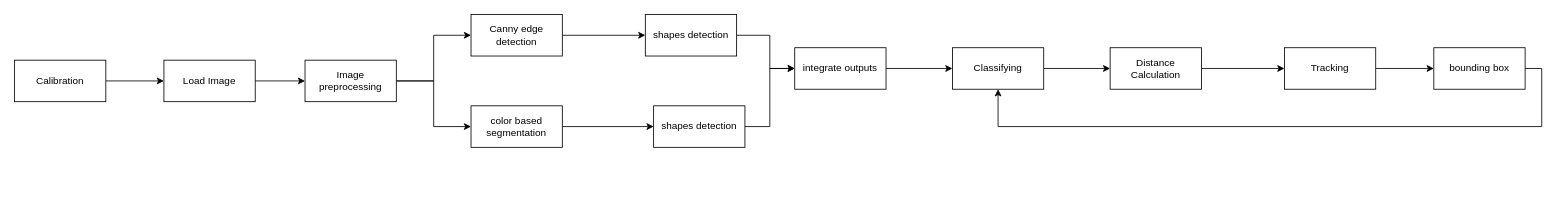
This is sistemaVC.drawio from merygon/Vision-por-Ordenador, a draw.io file, before an edit. Source tidied: cells renumbered, new cells numbered last; positions are measured from the earlier drawing's top-left corner, leaving out a move shared by most shapes. Both pictures are drawn from the tidied source at 83%, with x=0, y=0 at pixel (14, 14).
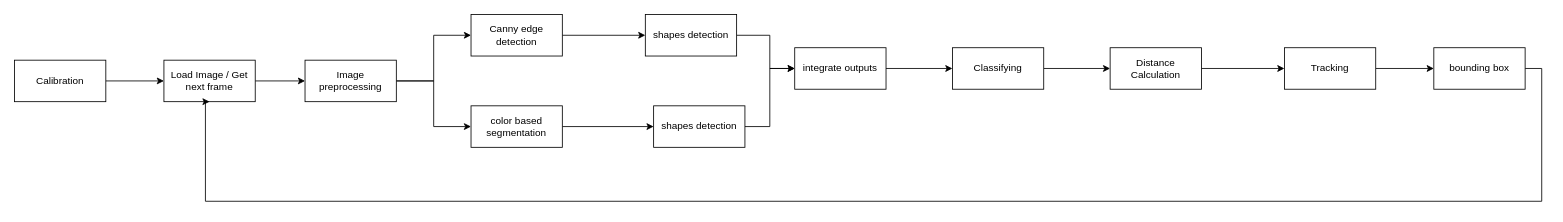
Above is the later version.

The change refers to these unchanged cells:
```xml
<mxCell id="5" value="Classifying" style="html=1;whiteSpace=wrap;" parent="1" vertex="1">
  <mxGeometry x="1130" y="40" width="110" height="50" as="geometry" />
</mxCell>
<mxCell id="11" value="bounding box" style="html=1;whiteSpace=wrap;" parent="1" vertex="1">
  <mxGeometry x="1710" y="40" width="110" height="50" as="geometry" />
</mxCell>
```

Change to the diagram source:
```diff
@@
-    <mxCell id="9" value="Load Image" style="html=1;whiteSpace=wrap;" parent="1" vertex="1">
+    <mxCell id="9" value="Load Image / Get next frame" style="html=1;whiteSpace=wrap;" parent="1" vertex="1">
       <mxGeometry x="180" y="55" width="110" height="50" as="geometry" />
     </mxCell>
-    <mxCell id="10" style="edgeStyle=orthogonalEdgeStyle;rounded=0;jettySize=auto;html=1;exitX=1;exitY=0.5;exitDx=0;exitDy=0;entryX=0.5;entryY=1;entryDx=0;entryDy=0;" parent="1" edge="1" source="11" target="5">
+    <mxCell id="10" style="edgeStyle=orthogonalEdgeStyle;rounded=0;jettySize=auto;html=1;exitX=1;exitY=0.5;exitDx=0;exitDy=0;entryX=0.5;entryY=1;entryDx=0;entryDy=0;" parent="1" edge="1" source="11" target="9">
       <mxGeometry relative="1" as="geometry">
         <Array as="points">
           <mxPoint x="1840" y="65" />
-          <mxPoint x="1840" y="135" />
-          <mxPoint x="1185" y="135" />
+          <mxPoint x="1840" y="225" />
+          <mxPoint x="230" y="225" />
+          <mxPoint x="230" y="105" />
         </Array>
       </mxGeometry>
     </mxCell>
```
